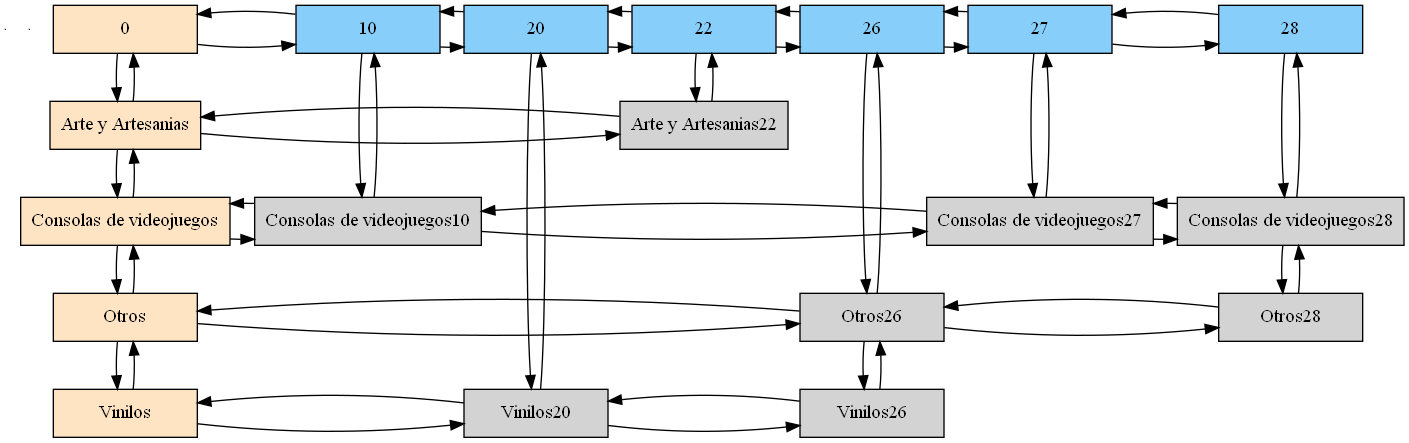
Earlier version of the Graphviz export Cliente/src/assets/arboles/matriz.png (RojasCJP/EDD_VirtualMall_201900289). Its source is kept beside it as Cliente/src/assets/graphviz/matriz.dot.
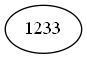
After the commit.

What changed in the source:
```diff
@@ -1,82 +1,4 @@
 digraph matriz{
-    node [shape=box]
-    /* esto no se elimina, es para evitar el posicionamiento a lo loco */
-    e0[ shape = point, width = 0 ];
-    e1[ shape = point, width = 0 ];
-"00" [label = "0"    width = 1.5 style = filled, fillcolor = bisque1, group = 0 ];
-"00"->"Arte y Artesanias0";
-"00"->"10";
-"10" [label = "10"    width = 1.5 style = filled, fillcolor = lightskyblue, group = 10 ];
-"10"->"Consolas de videojuegos10";
-"10"->"00";
-"10"->"20";
-"20" [label = "20"    width = 1.5 style = filled, fillcolor = lightskyblue, group = 20 ];
-"20"->"Vinilos20";
-"20"->"10";
-"20"->"22";
-"22" [label = "22"    width = 1.5 style = filled, fillcolor = lightskyblue, group = 22 ];
-"22"->"Arte y Artesanias22";
-"22"->"20";
-"22"->"26";
-"26" [label = "26"    width = 1.5 style = filled, fillcolor = lightskyblue, group = 26 ];
-"26"->"Otros26";
-"26"->"22";
-"26"->"27";
-"27" [label = "27"    width = 1.5 style = filled, fillcolor = lightskyblue, group = 27 ];
-"27"->"Consolas de videojuegos27";
-"27"->"26";
-"27"->"28";
-"28" [label = "28"    width = 1.5 style = filled, fillcolor = lightskyblue, group = 28 ];
-"28"->"Consolas de videojuegos28";
-"28"->"27";
-{rank = same;"00";"10";"20";"22";"26";"27";"28";}
-"Arte y Artesanias0" [label = "Arte y Artesanias"    width = 1.5 style = filled, fillcolor = bisque1, group = 0 ];
-"Arte y Artesanias0"->"00";
-"Arte y Artesanias0"->"Consolas de videojuegos0";
-"Arte y Artesanias0"->"Arte y Artesanias22";
-"Arte y Artesanias22" [label = "Arte y Artesanias22", width=1.5 style= filled, group=22];
-"Arte y Artesanias22"->"22";
-"Arte y Artesanias22"->"Arte y Artesanias0";
-{rank = same;"Arte y Artesanias0";"Arte y Artesanias22";}
-"Consolas de videojuegos0" [label = "Consolas de videojuegos"    width = 1.5 style = filled, fillcolor = bisque1, group = 0 ];
-"Consolas de videojuegos0"->"Arte y Artesanias0";
-"Consolas de videojuegos0"->"Otros0";
-"Consolas de videojuegos0"->"Consolas de videojuegos10";
-"Consolas de videojuegos10" [label = "Consolas de videojuegos10", width=1.5 style= filled, group=10];
-"Consolas de videojuegos10"->"10";
-"Consolas de videojuegos10"->"Consolas de videojuegos0";
-"Consolas de videojuegos10"->"Consolas de videojuegos27";
-"Consolas de videojuegos27" [label = "Consolas de videojuegos27", width=1.5 style= filled, group=27];
-"Consolas de videojuegos27"->"27";
-"Consolas de videojuegos27"->"Consolas de videojuegos10";
-"Consolas de videojuegos27"->"Consolas de videojuegos28";
-"Consolas de videojuegos28" [label = "Consolas de videojuegos28", width=1.5 style= filled, group=28];
-"Consolas de videojuegos28"->"28";
-"Consolas de videojuegos28"->"Otros28";
-"Consolas de videojuegos28"->"Consolas de videojuegos27";
-{rank = same;"Consolas de videojuegos0";"Consolas de videojuegos10";"Consolas de videojuegos27";"Consolas de videojuegos28";}
-"Otros0" [label = "Otros"    width = 1.5 style = filled, fillcolor = bisque1, group = 0 ];
-"Otros0"->"Consolas de videojuegos0";
-"Otros0"->"Vinilos0";
-"Otros0"->"Otros26";
-"Otros26" [label = "Otros26", width=1.5 style= filled, group=26];
-"Otros26"->"26";
-"Otros26"->"Vinilos26";
-"Otros26"->"Otros0";
-"Otros26"->"Otros28";
-"Otros28" [label = "Otros28", width=1.5 style= filled, group=28];
-"Otros28"->"Consolas de videojuegos28";
-"Otros28"->"Otros26";
-{rank = same;"Otros0";"Otros26";"Otros28";}
-"Vinilos0" [label = "Vinilos"    width = 1.5 style = filled, fillcolor = bisque1, group = 0 ];
-"Vinilos0"->"Otros0";
-"Vinilos0"->"Vinilos20";
-"Vinilos20" [label = "Vinilos20", width=1.5 style= filled, group=20];
-"Vinilos20"->"20";
-"Vinilos20"->"Vinilos0";
-"Vinilos20"->"Vinilos26";
-"Vinilos26" [label = "Vinilos26", width=1.5 style= filled, group=26];
-"Vinilos26"->"Otros26";
-"Vinilos26"->"Vinilos20";
-{rank = same;"Vinilos0";"Vinilos20";"Vinilos26";}
+    rankdir = "LR"
+1233
 }
```
